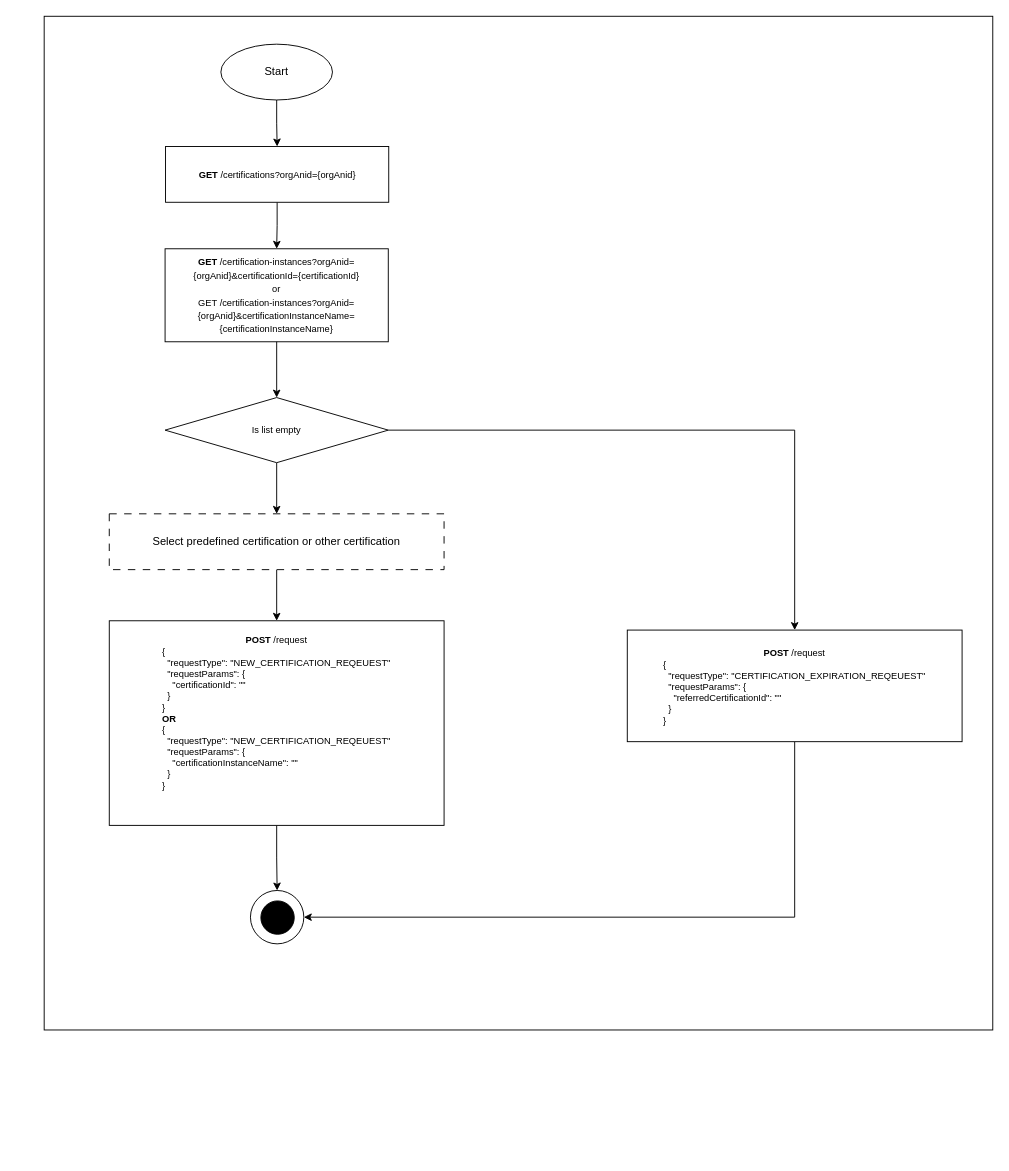
This is page "UI send request flow" (5 of 7) of request-2.drawio from huangshijie/Drawio, a draw.io file, before an edit. Source tidied: cells renumbered, new cells numbered last; positions are measured from the earlier drawing's top-left corner, leaving out a move shared by most shapes. Both pictures are drawn from the tidied source at 93%, with x=0, y=0 at pixel (44, 16).
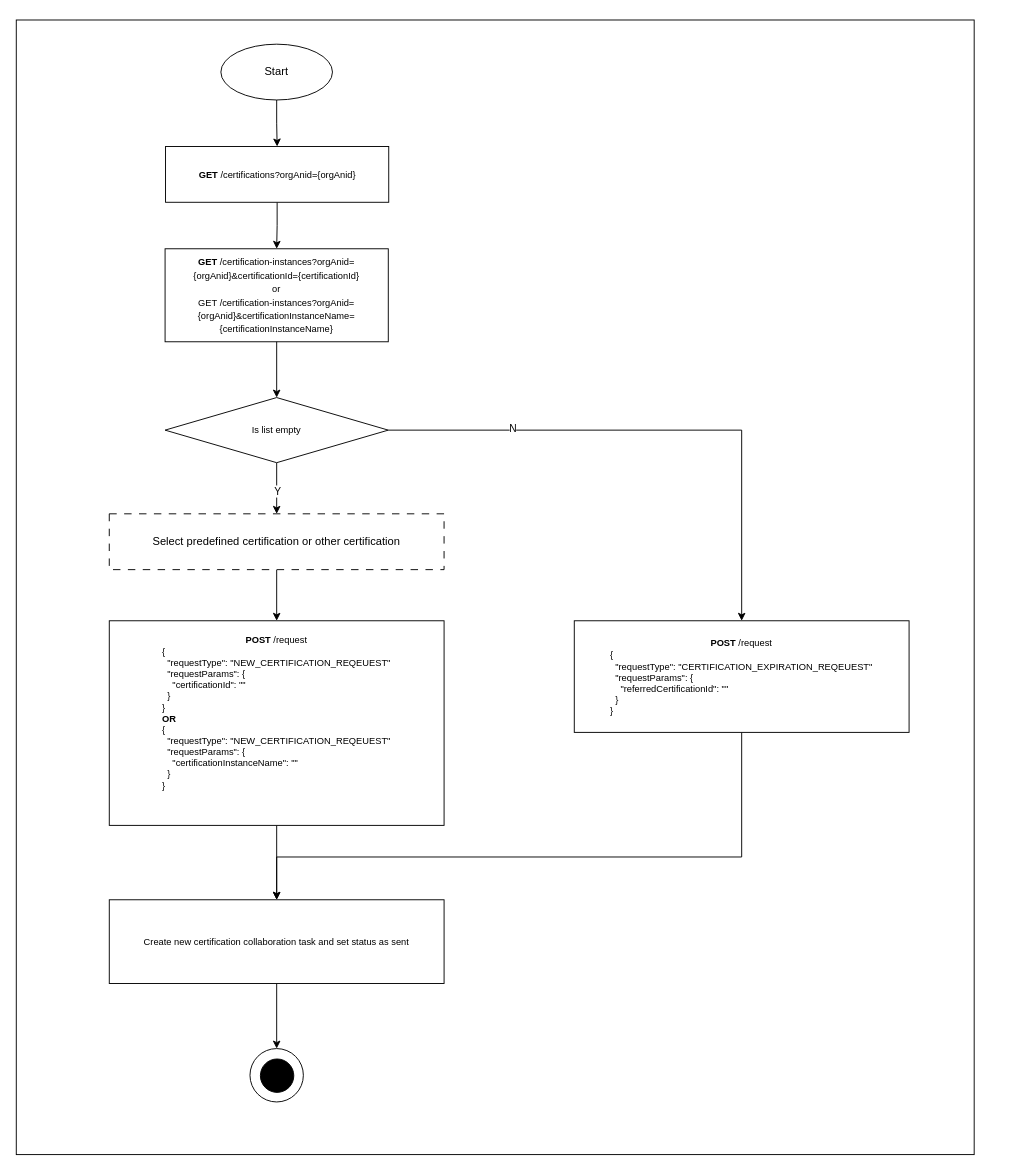
The same diagram, later.

Unchanged cells that the change refers to:
```xml
<mxCell id="4" value="&lt;font style=&quot;font-size: 10px;&quot;&gt;&lt;b&gt;POST&lt;/b&gt; /request&lt;br&gt;&lt;div style=&quot;text-align: left;&quot;&gt;&lt;span style=&quot;background-color: initial;&quot;&gt;{&lt;/span&gt;&lt;/div&gt;&lt;div style=&quot;text-align: left;&quot;&gt;&lt;span style=&quot;background-color: initial;&quot;&gt;&amp;nbsp; &quot;requestType&quot;: &quot;NEW_CERTIFICATION_REQEUEST&quot;&lt;/span&gt;&lt;/div&gt;&lt;div style=&quot;text-align: left;&quot;&gt;&lt;span style=&quot;background-color: initial;&quot;&gt;&amp;nbsp; &quot;requestParams&quot;: {&lt;/span&gt;&lt;/div&gt;&lt;div style=&quot;text-align: left;&quot;&gt;&lt;span style=&quot;background-color: initial;&quot;&gt;&amp;nbsp; &amp;nbsp; &quot;certificationId&quot;: &quot;&quot;&lt;/span&gt;&lt;/div&gt;&lt;div style=&quot;text-align: left;&quot;&gt;&lt;span style=&quot;background-color: initial;&quot;&gt;&amp;nbsp; }&lt;/span&gt;&lt;/div&gt;&lt;div style=&quot;text-align: left;&quot;&gt;&lt;span style=&quot;background-color: initial;&quot;&gt;}&lt;/span&gt;&lt;/div&gt;&lt;div style=&quot;text-align: left;&quot;&gt;&lt;span style=&quot;background-color: initial;&quot;&gt;&lt;b&gt;OR&lt;/b&gt;&lt;/span&gt;&lt;/div&gt;&lt;div style=&quot;text-align: left;&quot;&gt;&lt;div style=&quot;border-color: var(--border-color);&quot;&gt;{&lt;/div&gt;&lt;div style=&quot;border-color: var(--border-color);&quot;&gt;&lt;span style=&quot;border-color: var(--border-color); background-color: initial;&quot;&gt;&amp;nbsp; &quot;requestType&quot;: &quot;NEW_CERTIFICATION_REQEUEST&quot;&lt;/span&gt;&lt;/div&gt;&lt;div style=&quot;border-color: var(--border-color);&quot;&gt;&lt;span style=&quot;border-color: var(--border-color); background-color: initial;&quot;&gt;&amp;nbsp; &quot;requestParams&quot;: {&lt;/span&gt;&lt;/div&gt;&lt;div style=&quot;border-color: var(--border-color);&quot;&gt;&lt;span style=&quot;border-color: var(--border-color); background-color: initial;&quot;&gt;&amp;nbsp; &amp;nbsp; &quot;certificationInstanceName&quot;: &quot;&quot;&lt;/span&gt;&lt;/div&gt;&lt;div style=&quot;border-color: var(--border-color);&quot;&gt;&lt;span style=&quot;border-color: var(--border-color); background-color: initial;&quot;&gt;&amp;nbsp; }&lt;/span&gt;&lt;/div&gt;&lt;div style=&quot;border-color: var(--border-color);&quot;&gt;&lt;span style=&quot;border-color: var(--border-color); background-color: initial;&quot;&gt;}&lt;/span&gt;&lt;/div&gt;&lt;/div&gt;&lt;div style=&quot;text-align: left;&quot;&gt;&lt;br&gt;&lt;/div&gt;&lt;div style=&quot;text-align: left;&quot;&gt;&lt;div style=&quot;border-color: var(--border-color);&quot;&gt;&lt;br&gt;&lt;/div&gt;&lt;/div&gt;&lt;/font&gt;" style="rounded=0;whiteSpace=wrap;html=1;" parent="1" vertex="1">
  <mxGeometry x="70" y="650" width="360" height="220" as="geometry" />
</mxCell>
<mxCell id="11" style="edgeStyle=orthogonalEdgeStyle;rounded=0;jettySize=auto;html=1;entryX=0.5;entryY=0;entryDx=0;entryDy=0;" parent="1" edge="1" source="13" target="17">
  <mxGeometry relative="1" as="geometry" />
</mxCell>
<mxCell id="12" style="edgeStyle=orthogonalEdgeStyle;rounded=0;jettySize=auto;html=1;" parent="1" edge="1" source="13" target="15">
  <mxGeometry relative="1" as="geometry" />
</mxCell>
```

The edit, as a diff of the source:
```diff
@@
-    <mxCell id="2" style="rounded=0;whiteSpace=wrap;html=1;" parent="1" vertex="1">
-      <mxGeometry width="1020" height="1090" as="geometry" />
-    </mxCell>
-    <mxCell id="3" style="edgeStyle=orthogonalEdgeStyle;rounded=0;jettySize=auto;html=1;entryX=0.5;entryY=0;entryDx=0;entryDy=0;" parent="1" edge="1" source="4" target="9">
-      <mxGeometry relative="1" as="geometry" />
-    </mxCell>
+    <mxCell id="20" style="rounded=0;whiteSpace=wrap;html=1;" parent="1" vertex="1">
+      <mxGeometry x="-30" y="4" width="1030" height="1220" as="geometry" />
+    </mxCell>
+    <mxCell id="21" style="edgeStyle=orthogonalEdgeStyle;rounded=0;jettySize=auto;html=1;entryX=0.5;entryY=0;entryDx=0;entryDy=0;" parent="1" edge="1" source="4" target="26">
+      <mxGeometry relative="1" as="geometry" />
+    </mxCell>
@@
     <mxCell id="9" style="ellipse;whiteSpace=wrap;html=1;" parent="1" vertex="1">
-      <mxGeometry x="221.8" y="940" width="57.4" height="57.4" as="geometry" />
+      <mxGeometry x="221.3" y="1110" width="57.4" height="57.4" as="geometry" />
     </mxCell>
     <mxCell id="10" style="ellipse;whiteSpace=wrap;html=1;fillColor=#000000;" parent="1" vertex="1">
-      <mxGeometry x="233" y="951.2" width="35.9" height="35.9" as="geometry" />
+      <mxGeometry x="232.5" y="1121.2" width="35.9" height="35.9" as="geometry" />
     </mxCell>
@@
+    <mxCell id="22" value="N" style="edgeLabel;html=1;align=center;verticalAlign=middle;" parent="11" vertex="1">
+      <mxGeometry x="-0.55" y="4" relative="1" as="geometry">
+        <mxPoint x="1" y="2" as="offset" />
+      </mxGeometry>
+    </mxCell>
@@
+    <mxCell id="23" value="Y" style="edgeLabel;html=1;align=center;verticalAlign=middle;" parent="12" vertex="1">
+      <mxGeometry x="0.08" y="3" relative="1" as="geometry">
+        <mxPoint x="-3" as="offset" />
+      </mxGeometry>
+    </mxCell>
@@
-    <mxCell id="16" style="edgeStyle=orthogonalEdgeStyle;rounded=0;jettySize=auto;html=1;entryX=1;entryY=0.5;entryDx=0;entryDy=0;exitX=0.5;exitY=1;exitDx=0;exitDy=0;" parent="1" edge="1" source="17" target="9">
-      <mxGeometry relative="1" as="geometry" />
-    </mxCell>
+    <mxCell id="24" style="edgeStyle=orthogonalEdgeStyle;rounded=0;jettySize=auto;html=1;entryX=0.5;entryY=0;entryDx=0;entryDy=0;exitX=0.5;exitY=1;exitDx=0;exitDy=0;" parent="1" edge="1" source="17" target="26">
+      <mxGeometry relative="1" as="geometry">
+        <Array as="points">
+          <mxPoint x="750" y="904" />
+          <mxPoint x="250" y="904" />
+        </Array>
+      </mxGeometry>
+    </mxCell>
     <mxCell id="17" value="&lt;font style=&quot;font-size: 10px;&quot;&gt;&lt;b&gt;POST&lt;/b&gt; /request&lt;br&gt;&lt;div style=&quot;text-align: left;&quot;&gt;&lt;div style=&quot;border-color: var(--border-color);&quot;&gt;{&lt;/div&gt;&lt;div style=&quot;border-color: var(--border-color);&quot;&gt;&amp;nbsp; &quot;requestType&quot;: &quot;CERTIFICATION_EXPIRATION_REQEUEST&quot;&lt;/div&gt;&lt;div style=&quot;border-color: var(--border-color);&quot;&gt;&amp;nbsp; &quot;requestParams&quot;: {&lt;/div&gt;&lt;div style=&quot;border-color: var(--border-color);&quot;&gt;&amp;nbsp; &amp;nbsp; &quot;referredCertificationId&quot;: &quot;&quot;&lt;/div&gt;&lt;div style=&quot;border-color: var(--border-color);&quot;&gt;&lt;span style=&quot;border-color: var(--border-color); background-color: initial;&quot;&gt;&amp;nbsp; }&lt;/span&gt;&lt;/div&gt;&lt;div style=&quot;border-color: var(--border-color);&quot;&gt;&lt;span style=&quot;border-color: var(--border-color); background-color: initial;&quot;&gt;}&lt;/span&gt;&lt;/div&gt;&lt;/div&gt;&lt;/font&gt;" style="rounded=0;whiteSpace=wrap;html=1;" parent="1" vertex="1">
-      <mxGeometry x="627" y="660" width="360" height="120" as="geometry" />
+      <mxGeometry x="570" y="650" width="360" height="120" as="geometry" />
     </mxCell>
@@
+    <mxCell id="25" style="edgeStyle=orthogonalEdgeStyle;rounded=0;jettySize=auto;html=1;entryX=0.5;entryY=0;entryDx=0;entryDy=0;" parent="1" edge="1" source="26" target="9">
+      <mxGeometry relative="1" as="geometry" />
+    </mxCell>
+    <mxCell id="26" value="&lt;span style=&quot;font-size: 10px;&quot;&gt;Create new certification &lt;/span&gt;&lt;span style=&quot;font-size: 10px;&quot;&gt;collaboration&lt;/span&gt;&lt;span style=&quot;font-size: 10px;&quot;&gt;&amp;nbsp;task and set status as sent&lt;/span&gt;" style="rounded=0;whiteSpace=wrap;html=1;" parent="1" vertex="1">
+      <mxGeometry x="70" y="950" width="360" height="90" as="geometry" />
+    </mxCell>
```
